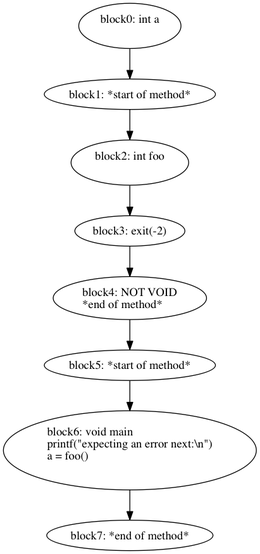
jimmyz42/CCompiler keeps this Graphviz diagram as foo.png. Above is the earlier version. Its source is kept beside it as foo.dot. Its diagram source:
```dot
digraph G {
  block0 [ label="block0: int\ a\l\l" ];
  block1 [ label="block1: *start\ of\ method*\l" ];
  block2 [ label="block2: int\ foo\l\l" ];
  block3 [ label="block3: exit\(-2\)\l" ];
  block4 [ label="block4: NOT\ VOID\l*end\ of\ method*\l" ];
  block5 [ label="block5: *start\ of\ method*\l" ];
  block6 [ label="block6: void\ main\lprintf\(\"expecting\ an\ error\ next\:\\n\"\)\la\ =\ foo\(\)\l\l" ];
  block7 [ label="block7: *end\ of\ method*\l" ];
  block0 -> block1;
  block1 -> block2;
  block2 -> block3;
  block3 -> block4;
  block4 -> block5;
  block5 -> block6;
  block6 -> block7;
}
```
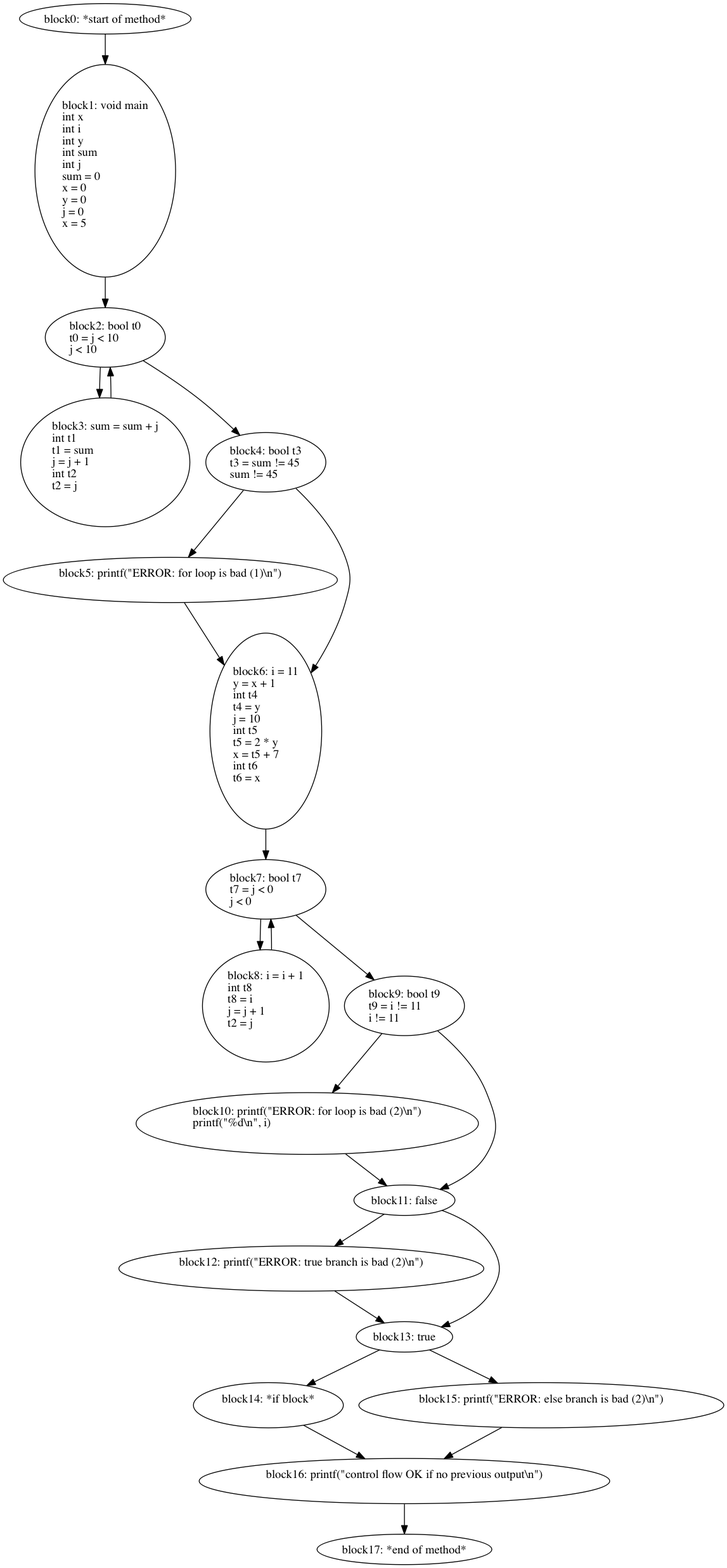
The same file after the commit.

What changed in the source:
```diff
@@ -1,17 +1,43 @@
 digraph G {
-  block0 [ label="block0: int\ a\l\l" ];
-  block1 [ label="block1: *start\ of\ method*\l" ];
-  block2 [ label="block2: int\ foo\l\l" ];
-  block3 [ label="block3: exit\(-2\)\l" ];
-  block4 [ label="block4: NOT\ VOID\l*end\ of\ method*\l" ];
-  block5 [ label="block5: *start\ of\ method*\l" ];
-  block6 [ label="block6: void\ main\lprintf\(\"expecting\ an\ error\ next\:\\n\"\)\la\ =\ foo\(\)\l\l" ];
-  block7 [ label="block7: *end\ of\ method*\l" ];
+  block0 [ label="block0: *start\ of\ method*\l" ];
+  block1 [ label="block1: void\ main\lint\ i\lint\ sum\lint\ j\lsum\ =\ 0\lj\ =\ 0\l\l" ];
+  block2 [ label="block2: j\ \<\ 10\l" ];
+  block3 [ label="block3: sum\ =\ sum\ +\ j\lj\ =\ j\ +\ 1\l\l" ];
+  block4 [ label="block4: sum\ !=\ 45\l" ];
+  block5 [ label="block5: printf\(\"ERROR\:\ for\ loop\ is\ bad\ \(1\)\\n\"\)\l\l" ];
+  block6 [ label="block6: i\ =\ 11\lj\ =\ 10\l\l" ];
+  block7 [ label="block7: j\ \<\ 0\l" ];
+  block8 [ label="block8: i\ =\ i\ +\ 1\lj\ =\ j\ +\ 1\l\l" ];
+  block9 [ label="block9: i\ !=\ 11\l" ];
+  block10 [ label="block10: printf\(\"ERROR\:\ for\ loop\ is\ bad\ \(2\)\\n\"\)\lprintf\(\"%d\\n\"\,\ i\)\l\l" ];
+  block11 [ label="block11: false\l" ];
+  block12 [ label="block12: printf\(\"ERROR\:\ true\ branch\ is\ bad\ \(2\)\\n\"\)\l\l" ];
+  block13 [ label="block13: true\l" ];
+  block14 [ label="block14: *if\ block*\l\l" ];
+  block16 [ label="block16: printf\(\"control\ flow\ OK\ if\ no\ previous\ output\\n\"\)\l\l" ];
+  block17 [ label="block17: *end\ of\ method*\l" ];
+  block15 [ label="block15: printf\(\"ERROR\:\ else\ branch\ is\ bad\ \(2\)\\n\"\)\l\l" ];
   block0 -> block1;
   block1 -> block2;
   block2 -> block3;
-  block3 -> block4;
+  block3 -> block2;
+  block2 -> block4;
   block4 -> block5;
   block5 -> block6;
   block6 -> block7;
+  block7 -> block8;
+  block8 -> block7;
+  block7 -> block9;
+  block9 -> block10;
+  block10 -> block11;
+  block11 -> block12;
+  block12 -> block13;
+  block13 -> block14;
+  block14 -> block16;
+  block16 -> block17;
+  block13 -> block15;
+  block15 -> block16;
+  block11 -> block13;
+  block9 -> block11;
+  block4 -> block6;
 }
```
